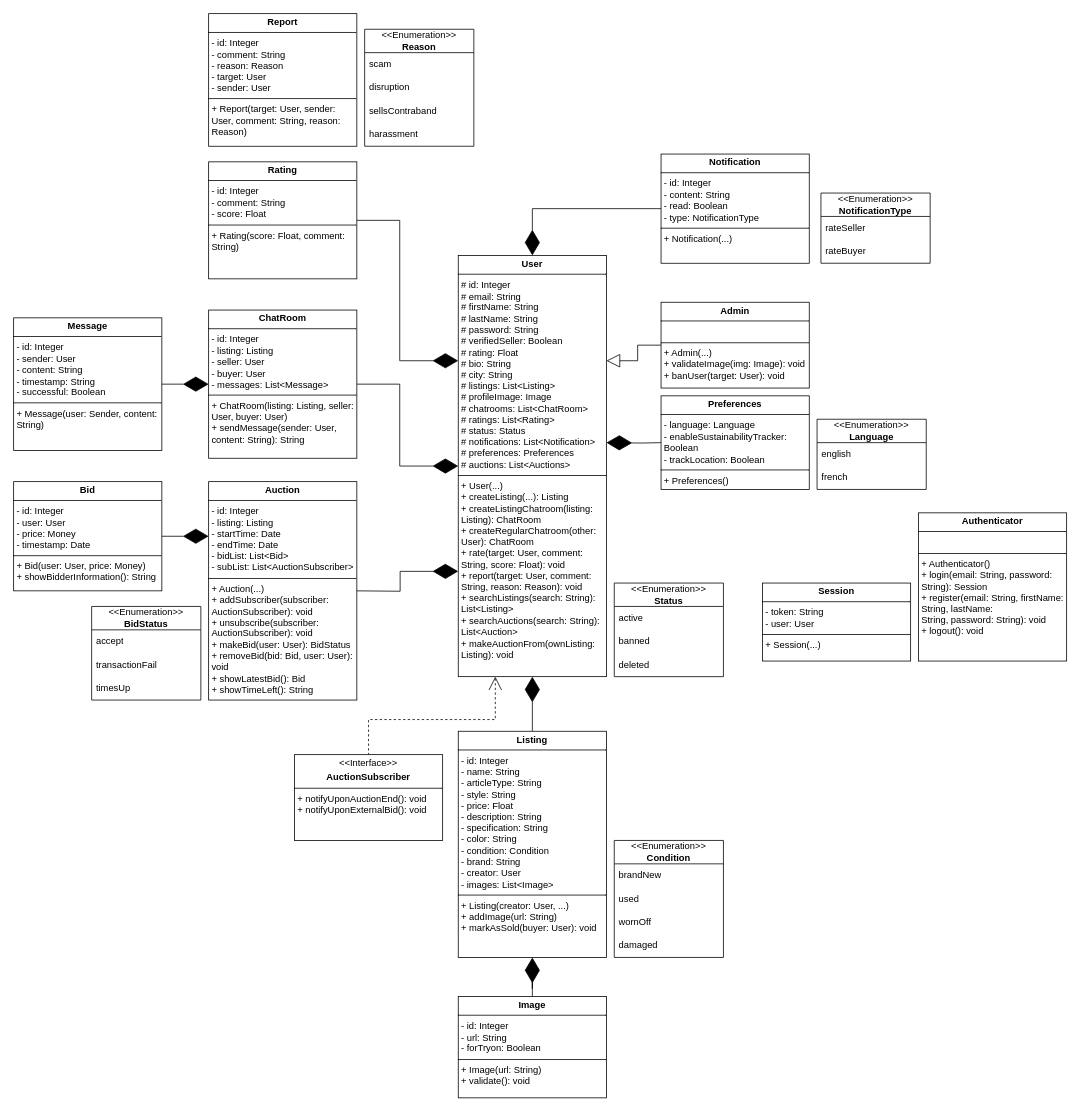
Above: documentation/04-System-Design/swapstreetClassDiagram.drawio in AlimuratDinch/SwapStreet (draw.io), before the change. Source tidied: cells renumbered, new cells numbered last; positions are measured from the earlier drawing's top-left corner, leaving out a move shared by most shapes. Both pictures are drawn from the tidied source at 78%, with x=0, y=0 at pixel (13, 13).
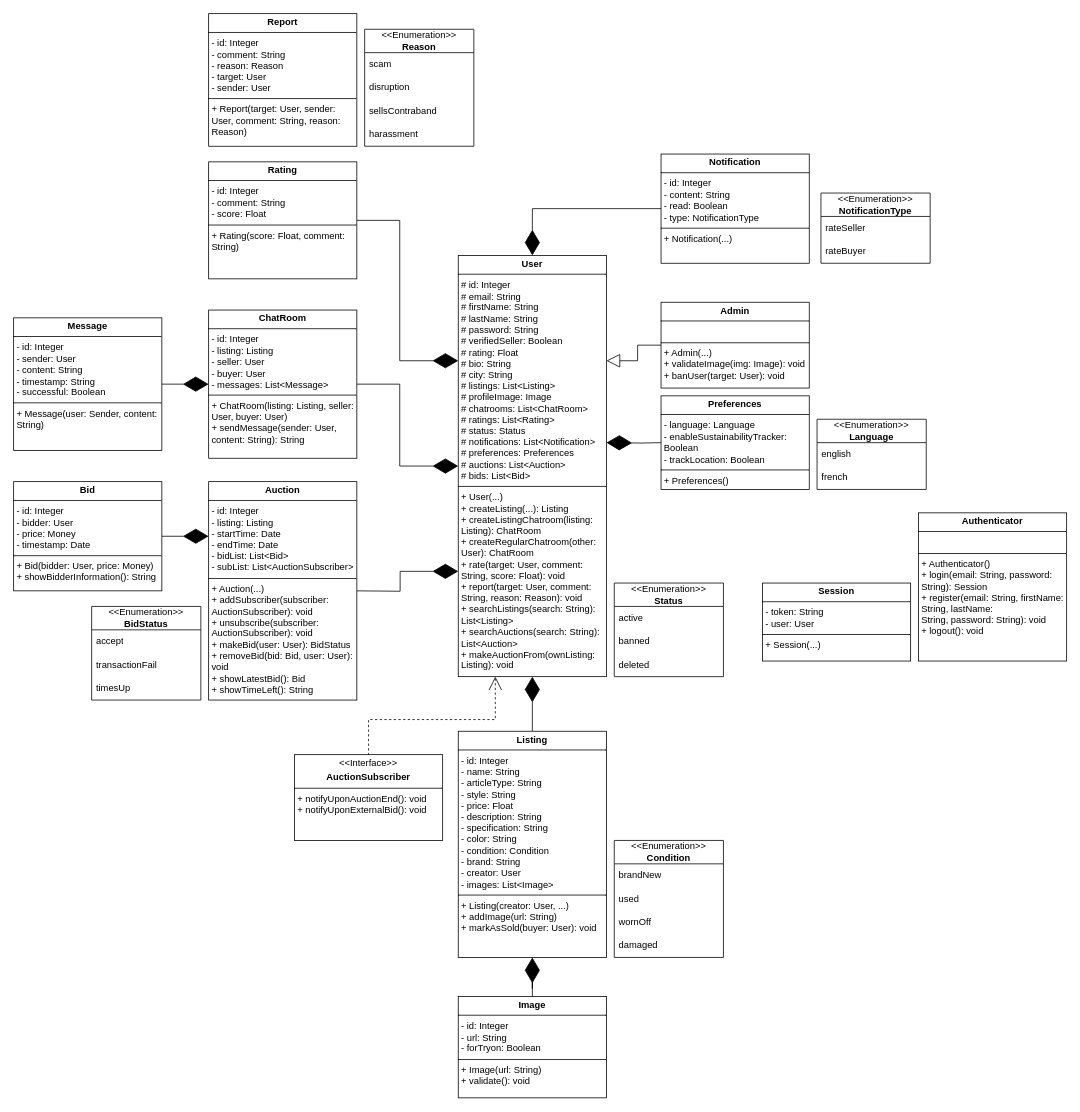
The same page after the edit.

Commit message (it also covers changes not shown here):
(GH-127) docs: replace references of user to bidder in Bid class in class diagram

Diff of the diagram source:
```diff
@@
-    <mxCell id="3" value="&lt;p style=&quot;margin:0px;margin-top:4px;text-align:center;&quot;&gt;&lt;b&gt;User&lt;/b&gt;&lt;/p&gt;&lt;hr size=&quot;1&quot; style=&quot;border-style:solid;&quot;&gt;&lt;p style=&quot;margin:0px;margin-left:4px;&quot;&gt;# id: Integer&lt;br&gt;# email: String&lt;/p&gt;&lt;p style=&quot;margin:0px;margin-left:4px;&quot;&gt;# firstName: String&lt;/p&gt;&lt;p style=&quot;margin:0px;margin-left:4px;&quot;&gt;# lastName: String&lt;/p&gt;&lt;p style=&quot;margin:0px;margin-left:4px;&quot;&gt;# password: String&lt;/p&gt;&lt;p style=&quot;margin:0px;margin-left:4px;&quot;&gt;# verifiedSeller: Boolean&lt;/p&gt;&lt;p style=&quot;margin:0px;margin-left:4px;&quot;&gt;# rating: Float&lt;/p&gt;&lt;p style=&quot;margin:0px;margin-left:4px;&quot;&gt;# bio: String&lt;/p&gt;&lt;p style=&quot;margin:0px;margin-left:4px;&quot;&gt;# city: String&lt;/p&gt;&lt;p style=&quot;margin:0px;margin-left:4px;&quot;&gt;# listings: List&amp;lt;Listing&amp;gt;&lt;/p&gt;&lt;p style=&quot;margin:0px;margin-left:4px;&quot;&gt;# profileImage: Image&lt;/p&gt;&lt;p style=&quot;margin:0px;margin-left:4px;&quot;&gt;# chatrooms: List&amp;lt;ChatRoom&amp;gt;&lt;/p&gt;&lt;p style=&quot;margin:0px;margin-left:4px;&quot;&gt;# ratings: List&amp;lt;Rating&amp;gt;&lt;/p&gt;&lt;p style=&quot;margin:0px;margin-left:4px;&quot;&gt;# status: Status&lt;/p&gt;&lt;p style=&quot;margin:0px;margin-left:4px;&quot;&gt;# notifications: List&amp;lt;Notification&amp;gt;&lt;/p&gt;&lt;p style=&quot;margin:0px;margin-left:4px;&quot;&gt;# preferences: Preferences&lt;/p&gt;&lt;p style=&quot;margin:0px;margin-left:4px;&quot;&gt;# auctions: List&amp;lt;Auctions&amp;gt;&lt;/p&gt;&lt;hr size=&quot;1&quot; style=&quot;border-style:solid;&quot;&gt;&lt;p style=&quot;margin:0px;margin-left:4px;&quot;&gt;+ User(...)&lt;/p&gt;&lt;p style=&quot;margin:0px;margin-left:4px;&quot;&gt;+ createListing(...): Listing&lt;/p&gt;&lt;p style=&quot;margin:0px;margin-left:4px;&quot;&gt;+ createListingChatroom(listing: Listing): ChatRoom&lt;/p&gt;&lt;p style=&quot;margin:0px;margin-left:4px;&quot;&gt;+ createRegularChatroom(other: User): ChatRoom&lt;/p&gt;&lt;p style=&quot;margin:0px;margin-left:4px;&quot;&gt;+ rate(target: User, comment: String, score: Float): void&lt;/p&gt;&lt;p style=&quot;margin:0px;margin-left:4px;&quot;&gt;+ report(target: User, comment: String, reason: Reason): void&lt;/p&gt;&lt;p style=&quot;margin:0px;margin-left:4px;&quot;&gt;+ searchListings(search: String): List&amp;lt;Listing&amp;gt;&lt;/p&gt;&lt;p style=&quot;margin:0px;margin-left:4px;&quot;&gt;+ searchAuctions(search: String):&lt;/p&gt;&lt;p style=&quot;margin:0px;margin-left:4px;&quot;&gt;List&amp;lt;Auction&amp;gt;&lt;/p&gt;&lt;p style=&quot;margin:0px;margin-left:4px;&quot;&gt;+ makeAuctionFrom(ownListing: Listing): void&lt;/p&gt;&lt;p style=&quot;margin:0px;margin-left:4px;&quot;&gt;&lt;br&gt;&lt;/p&gt;" style="verticalAlign=top;align=left;overflow=fill;html=1;whiteSpace=wrap;" parent="1" vertex="1">
+    <mxCell id="3" value="&lt;p style=&quot;margin:0px;margin-top:4px;text-align:center;&quot;&gt;&lt;b&gt;User&lt;/b&gt;&lt;/p&gt;&lt;hr size=&quot;1&quot; style=&quot;border-style:solid;&quot;&gt;&lt;p style=&quot;margin:0px;margin-left:4px;&quot;&gt;# id: Integer&lt;br&gt;# email: String&lt;/p&gt;&lt;p style=&quot;margin:0px;margin-left:4px;&quot;&gt;# firstName: String&lt;/p&gt;&lt;p style=&quot;margin:0px;margin-left:4px;&quot;&gt;# lastName: String&lt;/p&gt;&lt;p style=&quot;margin:0px;margin-left:4px;&quot;&gt;# password: String&lt;/p&gt;&lt;p style=&quot;margin:0px;margin-left:4px;&quot;&gt;# verifiedSeller: Boolean&lt;/p&gt;&lt;p style=&quot;margin:0px;margin-left:4px;&quot;&gt;# rating: Float&lt;/p&gt;&lt;p style=&quot;margin:0px;margin-left:4px;&quot;&gt;# bio: String&lt;/p&gt;&lt;p style=&quot;margin:0px;margin-left:4px;&quot;&gt;# city: String&lt;/p&gt;&lt;p style=&quot;margin:0px;margin-left:4px;&quot;&gt;# listings: List&amp;lt;Listing&amp;gt;&lt;/p&gt;&lt;p style=&quot;margin:0px;margin-left:4px;&quot;&gt;# profileImage: Image&lt;/p&gt;&lt;p style=&quot;margin:0px;margin-left:4px;&quot;&gt;# chatrooms: List&amp;lt;ChatRoom&amp;gt;&lt;/p&gt;&lt;p style=&quot;margin:0px;margin-left:4px;&quot;&gt;# ratings: List&amp;lt;Rating&amp;gt;&lt;/p&gt;&lt;p style=&quot;margin:0px;margin-left:4px;&quot;&gt;# status: Status&lt;/p&gt;&lt;p style=&quot;margin:0px;margin-left:4px;&quot;&gt;# notifications: List&amp;lt;Notification&amp;gt;&lt;/p&gt;&lt;p style=&quot;margin:0px;margin-left:4px;&quot;&gt;# preferences: Preferences&lt;/p&gt;&lt;p style=&quot;margin:0px;margin-left:4px;&quot;&gt;# auctions: List&amp;lt;Auction&amp;gt;&lt;/p&gt;&lt;p style=&quot;margin:0px;margin-left:4px;&quot;&gt;# bids: List&amp;lt;Bid&amp;gt;&lt;/p&gt;&lt;hr size=&quot;1&quot; style=&quot;border-style:solid;&quot;&gt;&lt;p style=&quot;margin:0px;margin-left:4px;&quot;&gt;+ User(...)&lt;/p&gt;&lt;p style=&quot;margin:0px;margin-left:4px;&quot;&gt;+ createListing(...): Listing&lt;/p&gt;&lt;p style=&quot;margin:0px;margin-left:4px;&quot;&gt;+ createListingChatroom(listing: Listing): ChatRoom&lt;/p&gt;&lt;p style=&quot;margin:0px;margin-left:4px;&quot;&gt;+ createRegularChatroom(other: User): ChatRoom&lt;/p&gt;&lt;p style=&quot;margin:0px;margin-left:4px;&quot;&gt;+ rate(target: User, comment: String, score: Float): void&lt;/p&gt;&lt;p style=&quot;margin:0px;margin-left:4px;&quot;&gt;+ report(target: User, comment: String, reason: Reason): void&lt;/p&gt;&lt;p style=&quot;margin:0px;margin-left:4px;&quot;&gt;+ searchListings(search: String): List&amp;lt;Listing&amp;gt;&lt;/p&gt;&lt;p style=&quot;margin:0px;margin-left:4px;&quot;&gt;+ searchAuctions(search: String):&lt;/p&gt;&lt;p style=&quot;margin:0px;margin-left:4px;&quot;&gt;List&amp;lt;Auction&amp;gt;&lt;/p&gt;&lt;p style=&quot;margin:0px;margin-left:4px;&quot;&gt;+ makeAuctionFrom(ownListing: Listing): void&lt;/p&gt;&lt;p style=&quot;margin:0px;margin-left:4px;&quot;&gt;&lt;br&gt;&lt;/p&gt;" style="verticalAlign=top;align=left;overflow=fill;html=1;whiteSpace=wrap;" parent="1" vertex="1">
       <mxGeometry x="570" y="310" width="190" height="540" as="geometry" />
     </mxCell>
@@
-    <mxCell id="44" value="&lt;p style=&quot;margin:0px;margin-top:4px;text-align:center;&quot;&gt;&lt;b&gt;Bid&lt;/b&gt;&lt;/p&gt;&lt;hr size=&quot;1&quot; style=&quot;border-style:solid;&quot;&gt;&lt;p style=&quot;margin:0px;margin-left:4px;&quot;&gt;- id: Integer&lt;br&gt;&lt;/p&gt;&lt;p style=&quot;margin:0px;margin-left:4px;&quot;&gt;- user: User&lt;br&gt;&lt;/p&gt;&lt;p style=&quot;margin:0px;margin-left:4px;&quot;&gt;- price: Money&lt;/p&gt;&lt;p style=&quot;margin:0px;margin-left:4px;&quot;&gt;- timestamp: Date&lt;/p&gt;&lt;hr style=&quot;border-style: solid;&quot; size=&quot;1&quot;&gt;&lt;p style=&quot;margin: 0px 0px 0px 4px;&quot;&gt;+ Bid(user: User, price: Money)&lt;/p&gt;&lt;p style=&quot;margin: 0px 0px 0px 4px;&quot;&gt;+ showBidderInformation(): String&lt;/p&gt;" style="verticalAlign=top;align=left;overflow=fill;html=1;whiteSpace=wrap;" parent="1" vertex="1">
+    <mxCell id="44" value="&lt;p style=&quot;margin:0px;margin-top:4px;text-align:center;&quot;&gt;&lt;b&gt;Bid&lt;/b&gt;&lt;/p&gt;&lt;hr size=&quot;1&quot; style=&quot;border-style:solid;&quot;&gt;&lt;p style=&quot;margin:0px;margin-left:4px;&quot;&gt;- id: Integer&lt;br&gt;&lt;/p&gt;&lt;p style=&quot;margin:0px;margin-left:4px;&quot;&gt;- bidder: User&lt;br&gt;&lt;/p&gt;&lt;p style=&quot;margin:0px;margin-left:4px;&quot;&gt;- price: Money&lt;/p&gt;&lt;p style=&quot;margin:0px;margin-left:4px;&quot;&gt;- timestamp: Date&lt;/p&gt;&lt;hr style=&quot;border-style: solid;&quot; size=&quot;1&quot;&gt;&lt;p style=&quot;margin: 0px 0px 0px 4px;&quot;&gt;+ Bid(bidder: User, price: Money)&lt;/p&gt;&lt;p style=&quot;margin: 0px 0px 0px 4px;&quot;&gt;+ showBidderInformation(): String&lt;/p&gt;" style="verticalAlign=top;align=left;overflow=fill;html=1;whiteSpace=wrap;" parent="1" vertex="1">
       <mxGeometry y="600" width="190" height="140" as="geometry" />
     </mxCell>
```
